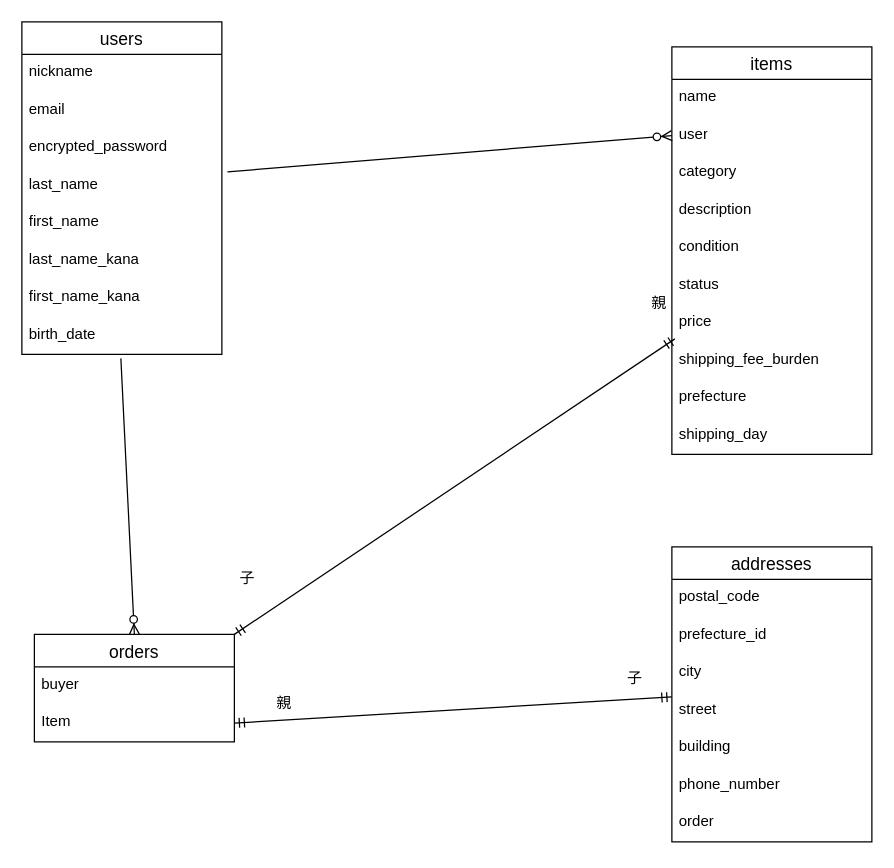
This is app/ER.dio from ymshkdev/furima-46582, a draw.io file, before an edit. Source tidied: cells renumbered, new cells numbered last; positions are measured from the earlier drawing's top-left corner, leaving out a move shared by most shapes. Both pictures are drawn from the tidied source at 125%, with x=0, y=0 at pixel (21, 21).
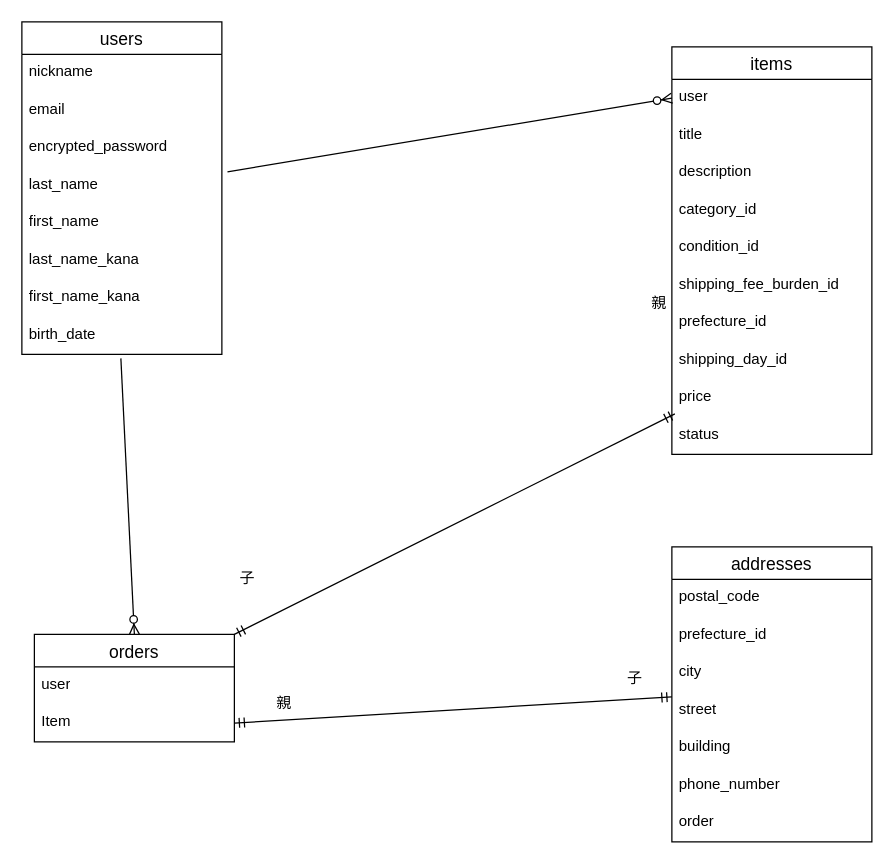
After the change.

The change refers to these unchanged cells:
```xml
<mxCell id="11" value="items" style="swimlane;fontStyle=0;horizontal=1;startSize=26;align=center;fontSize=14;" parent="1" vertex="1">
  <mxGeometry x="520" y="20" width="160" height="326" as="geometry" />
</mxCell>
<mxCell id="22" value="orders" style="swimlane;fontStyle=0;horizontal=1;startSize=26;align=center;fontSize=14;" parent="1" vertex="1">
  <mxGeometry x="10" y="490" width="160" height="86" as="geometry" />
</mxCell>
```

The edit, as a diff of the source:
```diff
@@
+    <mxCell id="13" value="user" style="text;strokeColor=none;fillColor=none;spacingLeft=4;spacingRight=4;overflow=hidden;points=[[0,0.5],[1,0.5]];portConstraint=eastwest;fontSize=12;whiteSpace=wrap;html=1;" parent="11" vertex="1">
+      <mxGeometry y="26" width="160" height="30" as="geometry" />
+    </mxCell>
-    <mxCell id="12" value="name" style="text;strokeColor=none;fillColor=none;spacingLeft=4;spacingRight=4;overflow=hidden;fontSize=12;whiteSpace=wrap;html=1;" parent="11" vertex="1">
-      <mxGeometry y="26" width="160" height="30" as="geometry" />
+    <mxCell id="12" value="title" style="text;strokeColor=none;fillColor=none;spacingLeft=4;spacingRight=4;overflow=hidden;fontSize=12;whiteSpace=wrap;html=1;" parent="11" vertex="1">
+      <mxGeometry y="56" width="160" height="30" as="geometry" />
     </mxCell>
-    <mxCell id="13" value="user" style="text;strokeColor=none;fillColor=none;spacingLeft=4;spacingRight=4;overflow=hidden;points=[[0,0.5],[1,0.5]];portConstraint=eastwest;fontSize=12;whiteSpace=wrap;html=1;" parent="11" vertex="1">
-      <mxGeometry y="56" width="160" height="30" as="geometry" />
-    </mxCell>
+    <mxCell id="15" value="description" style="text;strokeColor=none;fillColor=none;spacingLeft=4;spacingRight=4;overflow=hidden;fontSize=12;whiteSpace=wrap;html=1;" parent="11" vertex="1">
+      <mxGeometry y="86" width="160" height="30" as="geometry" />
+    </mxCell>
-    <mxCell id="14" value="category" style="text;strokeColor=none;fillColor=none;spacingLeft=4;spacingRight=4;overflow=hidden;fontSize=12;whiteSpace=wrap;html=1;" parent="11" vertex="1">
-      <mxGeometry y="86" width="160" height="30" as="geometry" />
+    <mxCell id="14" value="category_id" style="text;strokeColor=none;fillColor=none;spacingLeft=4;spacingRight=4;overflow=hidden;fontSize=12;whiteSpace=wrap;html=1;" parent="11" vertex="1">
+      <mxGeometry y="116" width="160" height="30" as="geometry" />
     </mxCell>
-    <mxCell id="15" value="description" style="text;strokeColor=none;fillColor=none;spacingLeft=4;spacingRight=4;overflow=hidden;fontSize=12;whiteSpace=wrap;html=1;" parent="11" vertex="1">
-      <mxGeometry y="116" width="160" height="30" as="geometry" />
-    </mxCell>
-    <mxCell id="16" value="condition" style="text;strokeColor=none;fillColor=none;spacingLeft=4;spacingRight=4;overflow=hidden;fontSize=12;whiteSpace=wrap;html=1;" parent="11" vertex="1">
+    <mxCell id="16" value="condition_id" style="text;strokeColor=none;fillColor=none;spacingLeft=4;spacingRight=4;overflow=hidden;fontSize=12;whiteSpace=wrap;html=1;" parent="11" vertex="1">
       <mxGeometry y="146" width="160" height="30" as="geometry" />
     </mxCell>
-    <mxCell id="17" value="status" style="text;strokeColor=none;fillColor=none;spacingLeft=4;spacingRight=4;overflow=hidden;fontSize=12;whiteSpace=wrap;html=1;" parent="11" vertex="1">
-      <mxGeometry y="176" width="160" height="30" as="geometry" />
-    </mxCell>
-    <mxCell id="18" value="price" style="text;strokeColor=none;fillColor=none;spacingLeft=4;spacingRight=4;overflow=hidden;points=[[0,0.5],[1,0.5]];portConstraint=eastwest;fontSize=12;whiteSpace=wrap;html=1;" parent="11" vertex="1">
-      <mxGeometry y="206" width="160" height="30" as="geometry" />
-    </mxCell>
-    <mxCell id="19" value="shipping_fee_burden" style="text;strokeColor=none;fillColor=none;spacingLeft=4;spacingRight=4;overflow=hidden;fontSize=12;whiteSpace=wrap;html=1;" parent="11" vertex="1">
-      <mxGeometry y="236" width="160" height="30" as="geometry" />
+    <mxCell id="19" value="shipping_fee_burden_id" style="text;strokeColor=none;fillColor=none;spacingLeft=4;spacingRight=4;overflow=hidden;fontSize=12;whiteSpace=wrap;html=1;" parent="11" vertex="1">
+      <mxGeometry y="176" width="160" height="30" as="geometry" />
     </mxCell>
-    <mxCell id="20" value="prefecture" style="text;strokeColor=none;fillColor=none;spacingLeft=4;spacingRight=4;overflow=hidden;fontSize=12;whiteSpace=wrap;html=1;" parent="11" vertex="1">
-      <mxGeometry y="266" width="160" height="30" as="geometry" />
+    <mxCell id="20" value="prefecture_id" style="text;strokeColor=none;fillColor=none;spacingLeft=4;spacingRight=4;overflow=hidden;fontSize=12;whiteSpace=wrap;html=1;" parent="11" vertex="1">
+      <mxGeometry y="206" width="160" height="30" as="geometry" />
     </mxCell>
-    <mxCell id="21" value="shipping_day" style="text;strokeColor=none;fillColor=none;spacingLeft=4;spacingRight=4;overflow=hidden;fontSize=12;whiteSpace=wrap;html=1;" parent="11" vertex="1">
-      <mxGeometry y="296" width="160" height="30" as="geometry" />
+    <mxCell id="21" value="shipping_day_id" style="text;strokeColor=none;fillColor=none;spacingLeft=4;spacingRight=4;overflow=hidden;fontSize=12;whiteSpace=wrap;html=1;" parent="11" vertex="1">
+      <mxGeometry y="236" width="160" height="30" as="geometry" />
     </mxCell>
+    <mxCell id="18" value="price" style="text;strokeColor=none;fillColor=none;spacingLeft=4;spacingRight=4;overflow=hidden;points=[[0,0.5],[1,0.5]];portConstraint=eastwest;fontSize=12;whiteSpace=wrap;html=1;" parent="11" vertex="1">
+      <mxGeometry y="266" width="160" height="30" as="geometry" />
+    </mxCell>
+    <mxCell id="17" value="status" style="text;strokeColor=none;fillColor=none;spacingLeft=4;spacingRight=4;overflow=hidden;fontSize=12;whiteSpace=wrap;html=1;" parent="11" vertex="1">
+      <mxGeometry y="296" width="160" height="30" as="geometry" />
+    </mxCell>
@@
-    <mxCell id="23" value="buyer" style="text;strokeColor=none;fillColor=none;spacingLeft=4;spacingRight=4;overflow=hidden;fontSize=12;whiteSpace=wrap;html=1;" parent="22" vertex="1">
+    <mxCell id="23" value="user" style="text;strokeColor=none;fillColor=none;spacingLeft=4;spacingRight=4;overflow=hidden;fontSize=12;whiteSpace=wrap;html=1;" parent="22" vertex="1">
       <mxGeometry y="26" width="160" height="30" as="geometry" />
     </mxCell>
```
